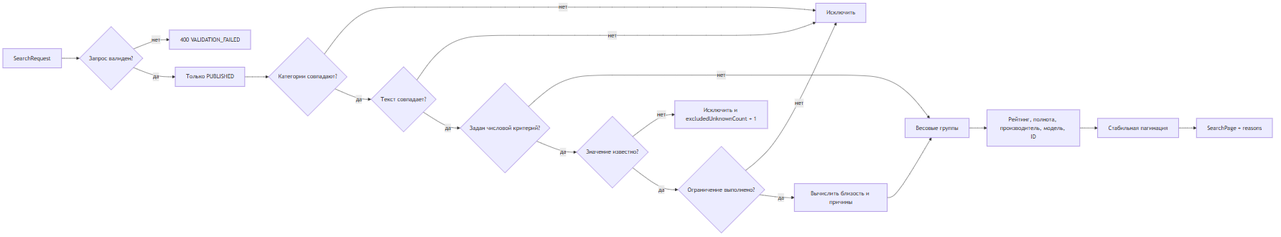
The Mermaid diagram docs/diagrams/selection-flow.png in Bruh9797/Practice, before a commit. Its source is kept beside it as docs/diagrams/selection-flow.mmd.
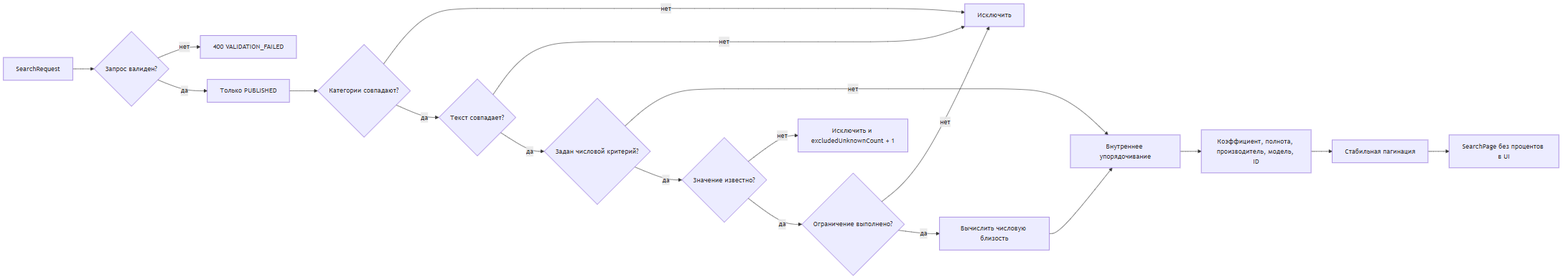
After the change.

The edit, as a diff of the source:
```diff
@@ -7,13 +7,13 @@
     D -- да --> T{Текст совпадает?}
     T -- нет --> DROP
     T -- да --> N{Задан числовой критерий?}
-    N -- нет --> SCORE[Весовые группы]
+    N -- нет --> SCORE[Внутреннее упорядочивание]
     N -- да --> K{Значение известно?}
     K -- нет --> UNKNOWN[Исключить и excludedUnknownCount + 1]
     K -- да --> L{Ограничение выполнено?}
     L -- нет --> DROP
-    L -- да --> CLOSE[Вычислить близость и причины]
+    L -- да --> CLOSE[Вычислить числовую близость]
     CLOSE --> SCORE
-    SCORE --> SORT[Рейтинг, полнота, производитель, модель, ID]
+    SCORE --> SORT[Коэффициент, полнота, производитель, модель, ID]
     SORT --> PAGE[Стабильная пагинация]
-    PAGE --> RESPONSE[SearchPage + reasons]
+    PAGE --> RESPONSE[SearchPage без процентов в UI]
```
